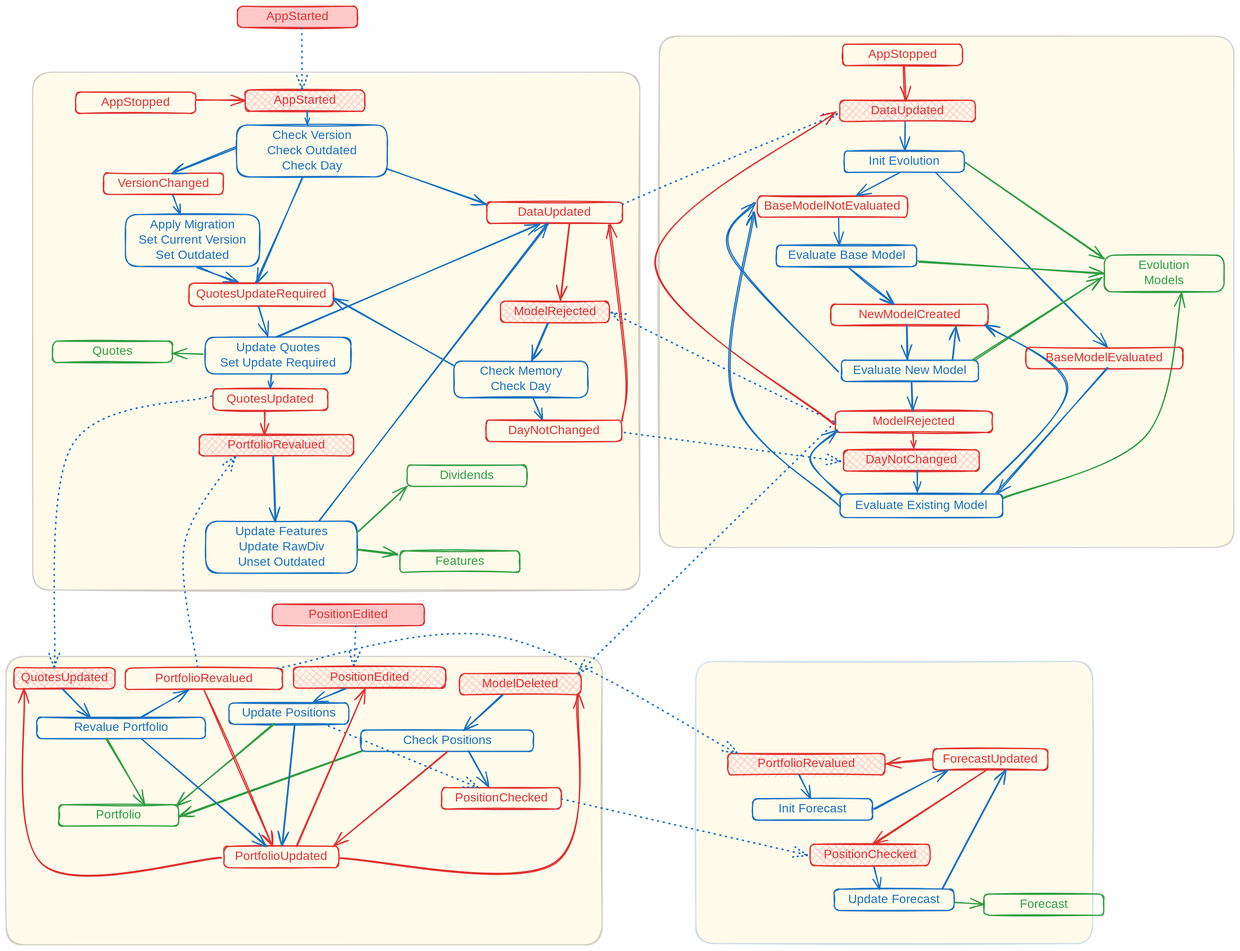
The Excalidraw diagram docs/fsm.excalidraw.svg in WLM1ke/poptimizer, before a commit. Source tidied: one line per element, renumbered; positions are measured from the earlier drawing's top-left corner, leaving out a move shared by most shapes.
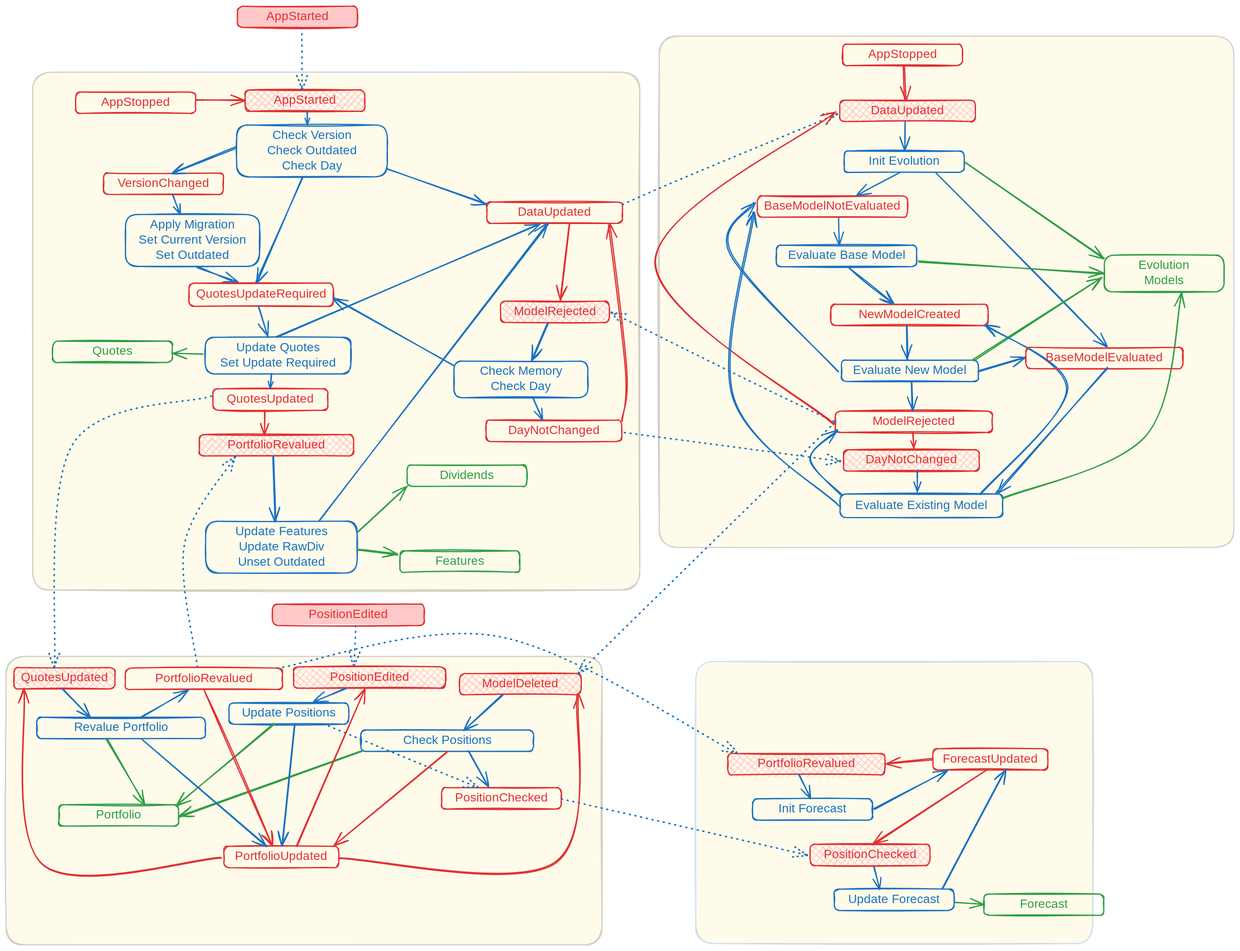
After the commit.

Diff of the diagram source:
```diff
@@ -137,7 +137,7 @@
 {"id": 136, "type": "arrow", "strokeColor": "#2f9e44", "backgroundColor": "#ffc9c9", "fillStyle": "solid", "strokeWidth": 2, "roughness": 1, "endArrowhead": "arrow", "round": true, "from": 116, "to": 74, "x": 1585, "y": 580, "width": 212, "height": 135, "points": [[0, 0], [212, -135]]}
 {"id": 137, "type": "arrow", "strokeColor": "#2f9e44", "backgroundColor": "#ffc9c9", "fillStyle": "solid", "strokeWidth": 2, "roughness": 1, "endArrowhead": "arrow", "round": true, "from": 122, "to": 74, "x": 1634, "y": 807, "width": 292, "height": 337, "points": [[0, 0], [234, -102], [292, -337]]}
 {"id": 138, "type": "arrow", "strokeColor": "#2f9e44", "backgroundColor": "#ffc9c9", "fillStyle": "solid", "strokeWidth": 2, "roughness": 1, "endArrowhead": "arrow", "round": true, "from": 112, "to": 74, "x": 1573, "y": 256, "width": 227, "height": 158, "points": [[0, 0], [227, 158]]}
-{"id": 139, "type": "arrow", "strokeColor": "#1971c2", "strokeWidth": 2, "roughness": 1, "endArrowhead": "arrow", "round": true, "from": 116, "to": 114, "x": 1551, "y": 580, "width": 6, "height": 56, "points": [[0, 0], [6, -56]]}
+{"id": 139, "type": "arrow", "strokeColor": "#1971c2", "strokeWidth": 2, "roughness": 1, "endArrowhead": "arrow", "round": true, "from": 116, "to": 170, "x": 1593, "y": 599, "width": 78, "height": 23, "points": [[0, 0], [78, -23]]}
 {"id": 140, "type": "arrow", "strokeColor": "#1971c2", "strokeWidth": 2, "roughness": 1, "endArrowhead": "arrow", "round": true, "from": 122, "to": 114, "x": 1597, "y": 800, "width": 142, "height": 276, "points": [[0, 0], [142, -171], [9, -276]]}
 {"id": 141, "type": "rectangle", "strokeColor": "#e03131", "backgroundColor": "#ffc9c9", "fillStyle": "cross-hatch", "strokeWidth": 2, "roughness": 1, "round": true, "x": 810, "y": 484, "width": 179, "height": 35}
 {"id": 142, "type": "text", "text": "ModelRejected", "strokeColor": "#e03131", "strokeWidth": 2, "roughness": 1, "fontSize": 20, "fontFamily": 5, "textAlign": "center", "verticalAlign": "middle", "inside": 141, "x": 829, "y": 489, "width": 141, "height": 25}
```
